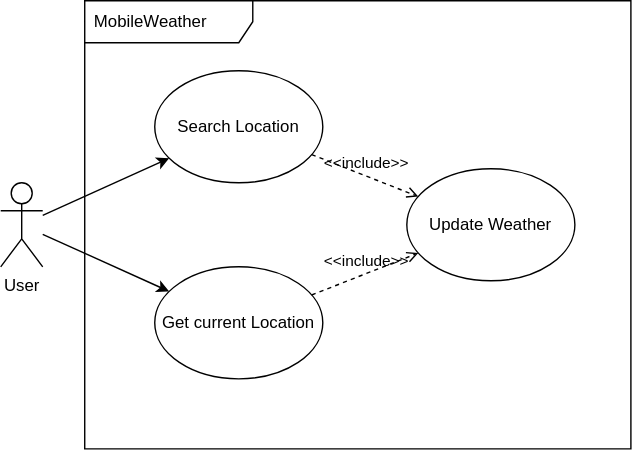
Earlier version of the draw.io export docs/use-case.drawio.svg (baltermia/mobile-weather). Source tidied: cells renumbered, new cells last; positions are measured from the earlier drawing's top-left corner, leaving out a move shared by most shapes.
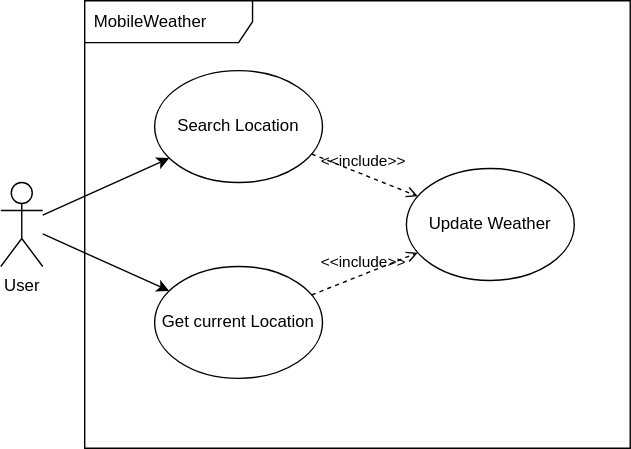
After the commit.

Commit message:
Add white background to use case diagram

Diff of the diagram source:
```diff
@@ -2,6 +2,9 @@
   <root>
     <mxCell id="0" />
     <mxCell id="1" parent="0" />
+    <mxCell id="11" style="whiteSpace=wrap;html=1;strokeColor=none;" parent="1" vertex="1">
+      <mxGeometry width="450" height="320" as="geometry" />
+    </mxCell>
     <mxCell id="2" value="MobileWeather" style="shape=umlFrame;whiteSpace=wrap;html=1;width=120;height=30;boundedLbl=1;verticalAlign=middle;align=left;spacingLeft=5;" parent="1" vertex="1">
       <mxGeometry x="60" width="390" height="320" as="geometry" />
     </mxCell>
```
